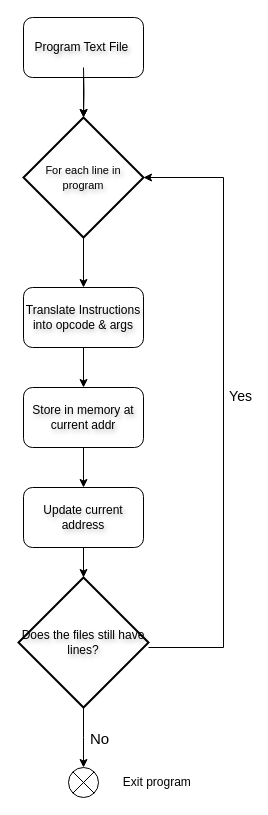
The draw.io diagram Project1/docs/System_architecture.drawio in evanwu03/CE4348-projects, before the edit. Source tidied: cells renumbered, new cells numbered last; positions are measured from the earlier drawing's top-left corner, leaving out a move shared by most shapes. Both pictures are drawn from the tidied source at 100%, with x=0, y=0 at pixel (18, 17).
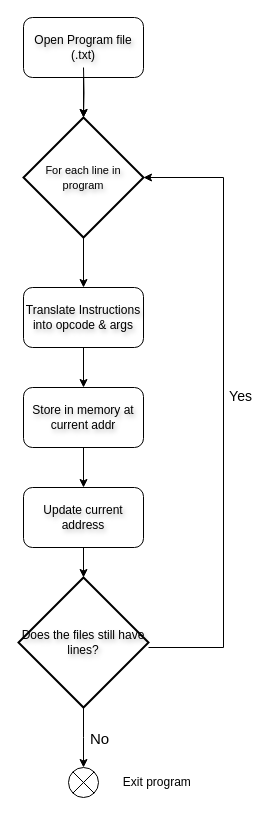
After the change.

Commit message (it also covers changes not shown here):
Skeleton created for load_program, minor tweaks to drawio diagram

The edit, as a diff of the source:
```diff
@@
-    <mxCell id="3" value="Program Text File&amp;nbsp;" style="rounded=1;whiteSpace=wrap;html=1;labelBorderColor=none;textShadow=1;" parent="1" vertex="1">
+    <mxCell id="3" value="Open Program file (.txt)" style="rounded=1;whiteSpace=wrap;html=1;labelBorderColor=none;textShadow=1;" parent="1" vertex="1">
       <mxGeometry x="5" width="120" height="60" as="geometry" />
     </mxCell>
```
